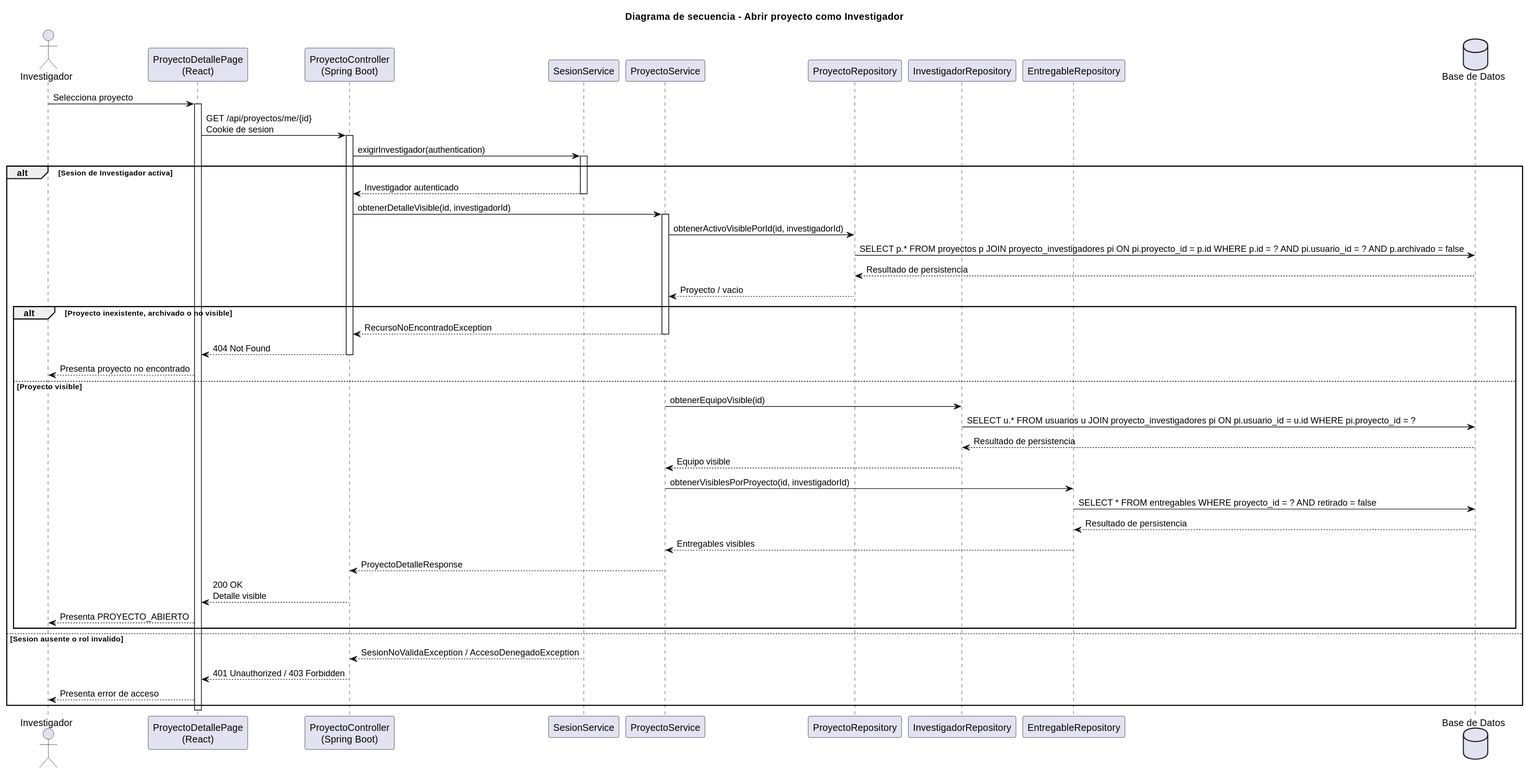
Above: images/RUP/02-diseño/casos-uso/investigador/abrirProyecto/secuencia.svg in beatriizorozco/25-26-idsw2-sdVC (PlantUML), before the change.
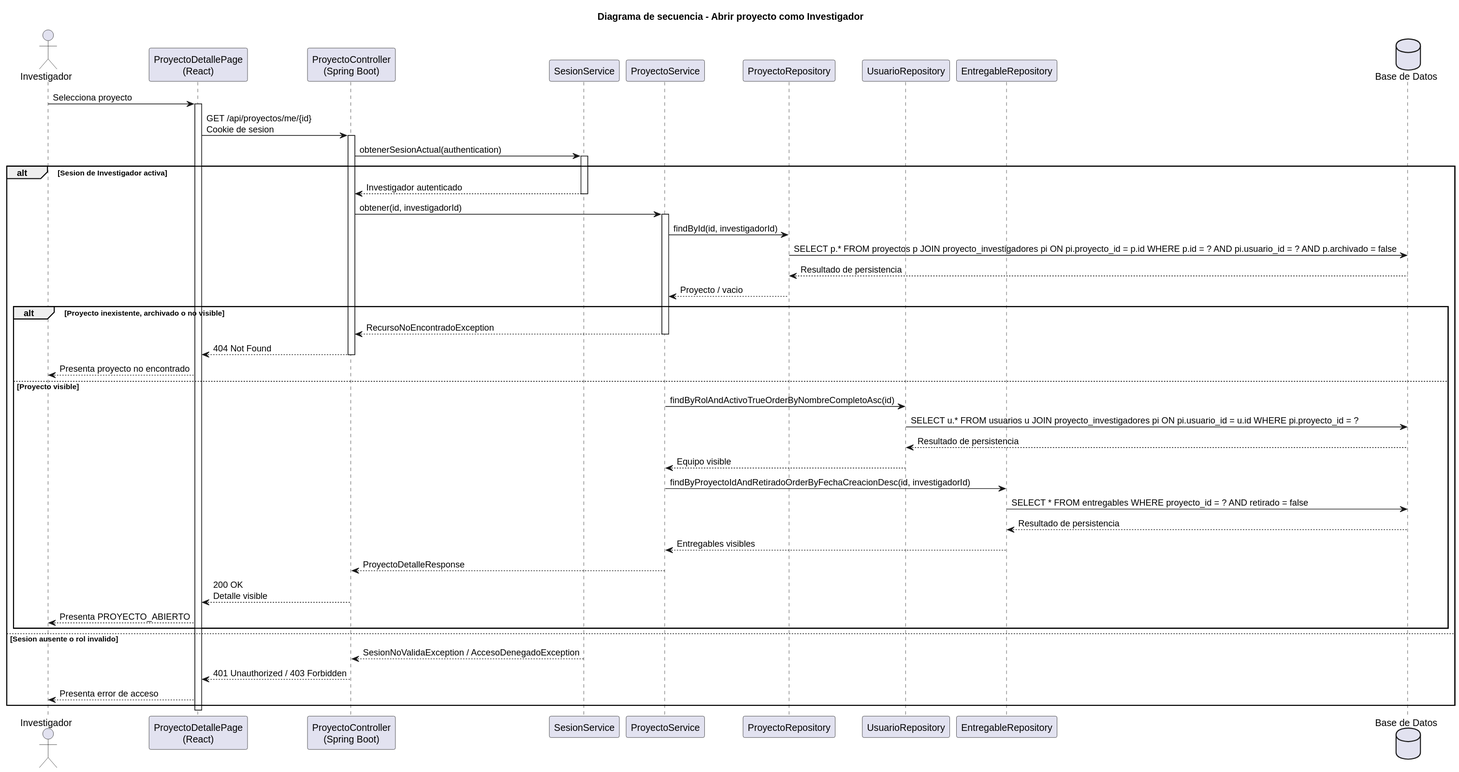
The same file after the commit.

Change to the diagram source:
```diff
@@ -7,7 +7,7 @@
 participant "SesionService" as Sesion
 participant "ProyectoService" as Service
 participant "ProyectoRepository" as Repo
-participant "InvestigadorRepository" as InvestigadorRepo
+participant "UsuarioRepository" as InvestigadorRepo
 participant "EntregableRepository" as EntregableRepo
 database "Base de Datos" as DB
 
@@ -15,14 +15,14 @@
 activate Frontend
 Frontend -> Api: GET /api/proyectos/me/{id}\nCookie de sesion
 activate Api
-Api -> Sesion: exigirInvestigador(authentication)
+Api -> Sesion: obtenerSesionActual(authentication)
 activate Sesion
 alt Sesion de Investigador activa
     Sesion --> Api: Investigador autenticado
     deactivate Sesion
-    Api -> Service: obtenerDetalleVisible(id, investigadorId)
+    Api -> Service: obtener(id, investigadorId)
     activate Service
-    Service -> Repo: obtenerActivoVisiblePorId(id, investigadorId)
+    Service -> Repo: findById(id, investigadorId)
     Repo -> DB: SELECT p.* FROM proyectos p JOIN proyecto_investigadores pi ON pi.proyecto_id = p.id WHERE p.id = ? AND pi.usuario_id = ? AND p.archivado = false
     DB --> Repo: Resultado de persistencia
     Repo --> Service: Proyecto / vacio
@@ -33,11 +33,11 @@
         deactivate Api
         Frontend --> Investigador: Presenta proyecto no encontrado
     else Proyecto visible
-        Service -> InvestigadorRepo: obtenerEquipoVisible(id)
+        Service -> InvestigadorRepo: findByRolAndActivoTrueOrderByNombreCompletoAsc(id)
         InvestigadorRepo -> DB: SELECT u.* FROM usuarios u JOIN proyecto_investigadores pi ON pi.usuario_id = u.id WHERE pi.proyecto_id = ?
         DB --> InvestigadorRepo: Resultado de persistencia
         InvestigadorRepo --> Service: Equipo visible
-        Service -> EntregableRepo: obtenerVisiblesPorProyecto(id, investigadorId)
+        Service -> EntregableRepo: findByProyectoIdAndRetiradoOrderByFechaCreacionDesc(id, investigadorId)
         EntregableRepo -> DB: SELECT * FROM entregables WHERE proyecto_id = ? AND retirado = false
         DB --> EntregableRepo: Resultado de persistencia
         EntregableRepo --> Service: Entregables visibles
```
